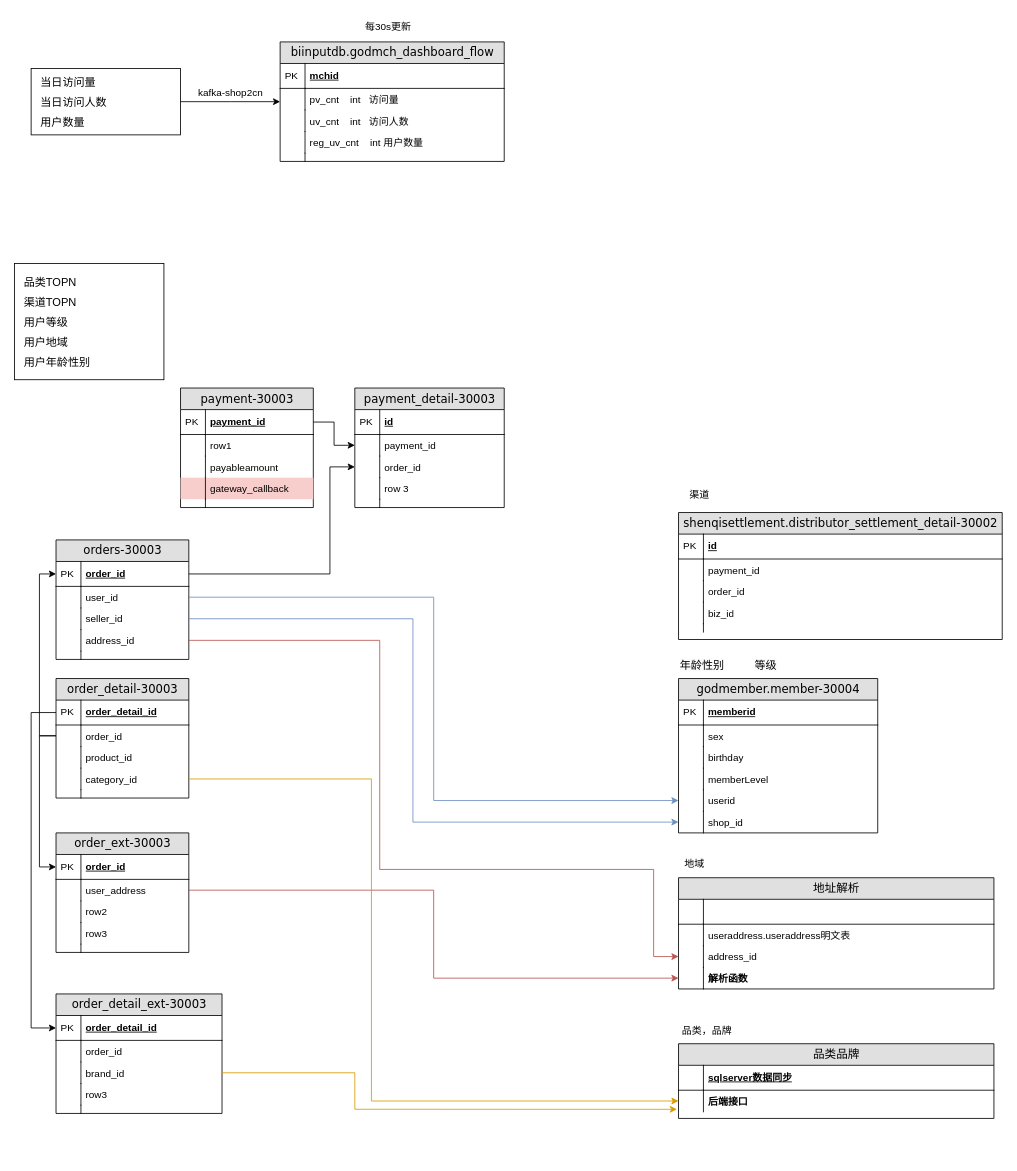
The draw.io diagram 未命名绘图.drawio in langfu54/BigData-Drawings, before the edit. Source tidied: cells renumbered, new cells numbered last; positions are measured from the earlier drawing's top-left corner, leaving out a move shared by most shapes. Both pictures are drawn from the tidied source at 83%, with x=0, y=0 at pixel (14, 14).
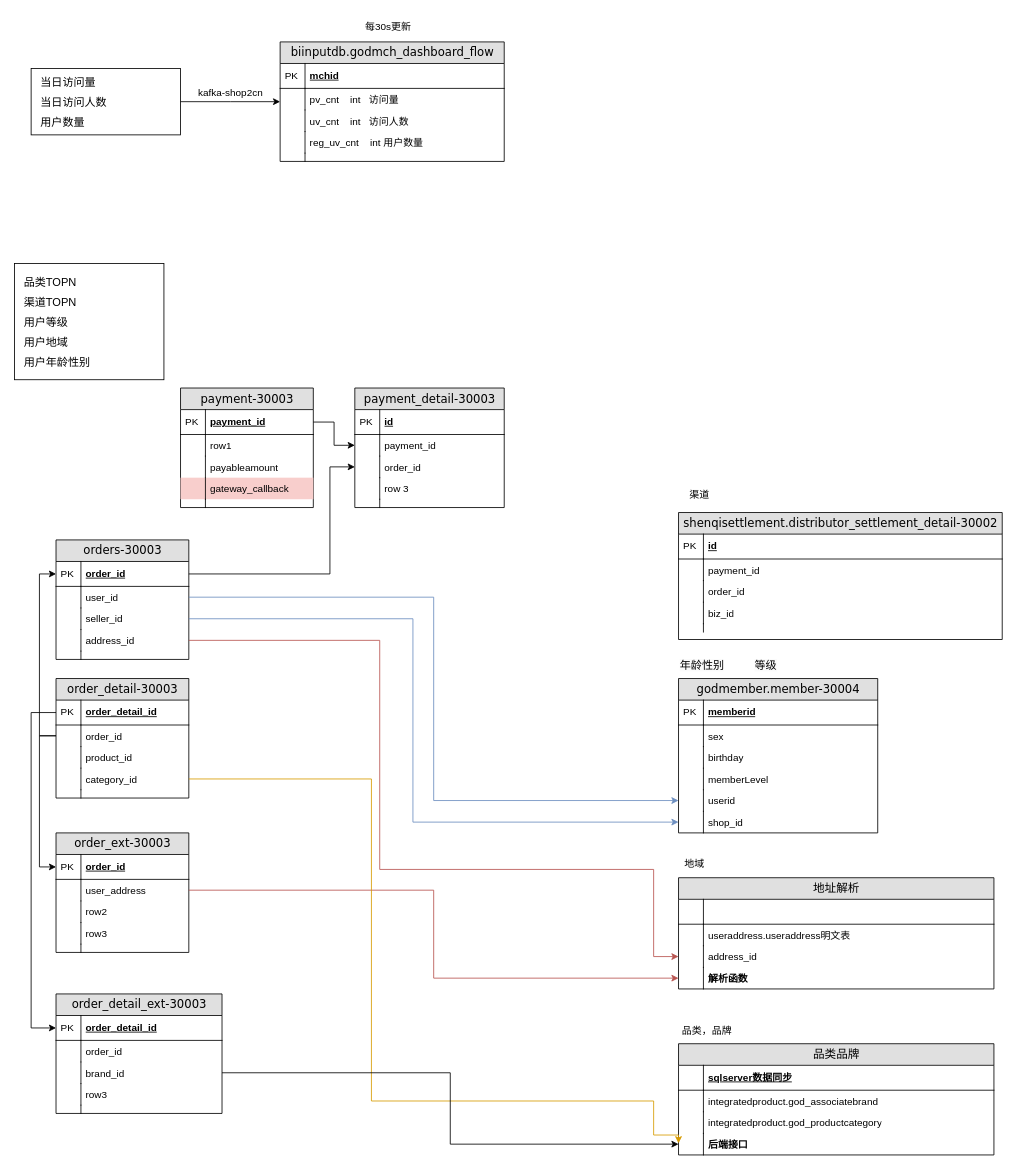
The same page after the edit.

Commit message (it also covers changes not shown here):
更新未命名绘图.drawio

The change refers to these unchanged cells:
```xml
<mxCell id="9" value="category_id" style="shape=partialRectangle;top=0;left=0;right=0;bottom=0;html=1;align=left;verticalAlign=top;fillColor=none;spacingLeft=34;spacingRight=4;whiteSpace=wrap;overflow=hidden;points=[[0,0.5],[1,0.5]];portConstraint=eastwest;" parent="2" vertex="1">
  <mxGeometry y="108" width="160" height="26" as="geometry" />
</mxCell>
<mxCell id="112" value="brand_id" style="shape=partialRectangle;top=0;left=0;right=0;bottom=0;html=1;align=left;verticalAlign=top;fillColor=none;spacingLeft=34;spacingRight=4;whiteSpace=wrap;overflow=hidden;points=[[0,0.5],[1,0.5]];portConstraint=eastwest;" parent="107" vertex="1">
  <mxGeometry y="82" width="200" height="26" as="geometry" />
</mxCell>
```

What changed in the source:
```diff
@@
     <mxCell id="136" value="品类品牌" style="swimlane;html=1;fontStyle=0;horizontal=1;startSize=26;fillColor=#e0e0e0;swimlaneFillColor=#ffffff;align=center;rounded=0;shadow=0;comic=0;labelBackgroundColor=none;strokeWidth=1;fontFamily=Verdana;fontSize=14;" parent="1" vertex="1">
-      <mxGeometry x="800" y="1240" width="380" height="90" as="geometry" />
+      <mxGeometry x="800" y="1240" width="380" height="134" as="geometry" />
     </mxCell>
@@
-    <mxCell id="139" value="&lt;b&gt;后端接口&lt;/b&gt;" style="shape=partialRectangle;top=0;left=0;right=0;bottom=0;html=1;align=left;verticalAlign=top;fillColor=none;spacingLeft=34;spacingRight=4;whiteSpace=wrap;overflow=hidden;points=[[0,0.5],[1,0.5]];portConstraint=eastwest;" parent="136" vertex="1">
+    <mxCell id="139" value="integratedproduct.god_associatebrand" style="shape=partialRectangle;top=0;left=0;right=0;bottom=0;html=1;align=left;verticalAlign=top;fillColor=none;spacingLeft=34;spacingRight=4;whiteSpace=wrap;overflow=hidden;points=[[0,0.5],[1,0.5]];portConstraint=eastwest;" parent="136" vertex="1">
       <mxGeometry y="56" width="380" height="26" as="geometry" />
     </mxCell>
@@
+    <mxCell id="143" value="integratedproduct.god_productcategory" style="shape=partialRectangle;top=0;left=0;right=0;bottom=0;html=1;align=left;verticalAlign=top;fillColor=none;spacingLeft=34;spacingRight=4;whiteSpace=wrap;overflow=hidden;" parent="136" vertex="1">
+      <mxGeometry y="82" width="380" height="26" as="geometry" />
+    </mxCell>
+    <mxCell id="144" style="shape=partialRectangle;top=0;left=0;bottom=0;html=1;fillColor=none;align=left;verticalAlign=top;spacingLeft=4;spacingRight=4;whiteSpace=wrap;overflow=hidden;" parent="143" vertex="1">
+      <mxGeometry width="30" height="26" as="geometry" />
+    </mxCell>
+    <mxCell id="145" value="&lt;b&gt;后端接口&lt;/b&gt;" style="shape=partialRectangle;top=0;left=0;right=0;bottom=0;html=1;align=left;verticalAlign=top;fillColor=none;spacingLeft=34;spacingRight=4;whiteSpace=wrap;overflow=hidden;points=[[0,0.5],[1,0.5]];portConstraint=eastwest;" parent="136" vertex="1">
+      <mxGeometry y="108" width="380" height="26" as="geometry" />
+    </mxCell>
+    <mxCell id="146" style="shape=partialRectangle;top=0;left=0;bottom=0;html=1;fillColor=none;align=left;verticalAlign=top;spacingLeft=4;spacingRight=4;whiteSpace=wrap;overflow=hidden;" parent="145" vertex="1">
+      <mxGeometry width="30" height="26" as="geometry" />
+    </mxCell>
-    <mxCell id="141" style="edgeStyle=orthogonalEdgeStyle;rounded=0;jettySize=auto;html=1;entryX=0;entryY=0.5;entryDx=0;entryDy=0;fillColor=#ffe6cc;strokeColor=#d79b00;" parent="1" edge="1" source="9" target="139">
+    <mxCell id="141" style="edgeStyle=orthogonalEdgeStyle;rounded=0;jettySize=auto;html=1;fillColor=#ffe6cc;strokeColor=#d79b00;" parent="1" edge="1" source="9">
       <mxGeometry relative="1" as="geometry">
+        <mxPoint x="800" y="1360" as="targetPoint" />
         <Array as="points">
           <mxPoint x="430" y="921" />
           <mxPoint x="430" y="1309" />
+          <mxPoint x="770" y="1309" />
+          <mxPoint x="770" y="1350" />
+          <mxPoint x="800" y="1350" />
         </Array>
       </mxGeometry>
     </mxCell>
-    <mxCell id="142" style="edgeStyle=orthogonalEdgeStyle;rounded=0;jettySize=auto;html=1;exitX=1;exitY=0.5;exitDx=0;exitDy=0;entryX=-0.005;entryY=0.885;entryDx=0;entryDy=0;entryPerimeter=0;fillColor=#ffe6cc;strokeColor=#d79b00;" parent="1" edge="1" source="112" target="139">
-      <mxGeometry relative="1" as="geometry">
-        <Array as="points">
-          <mxPoint x="410" y="1275" />
-          <mxPoint x="410" y="1319" />
-        </Array>
-      </mxGeometry>
-    </mxCell>
+    <mxCell id="147" style="edgeStyle=orthogonalEdgeStyle;rounded=0;jettySize=auto;html=1;entryX=0;entryY=0.5;entryDx=0;entryDy=0;" parent="1" edge="1" source="112" target="145">
+      <mxGeometry relative="1" as="geometry" />
+    </mxCell>
```
